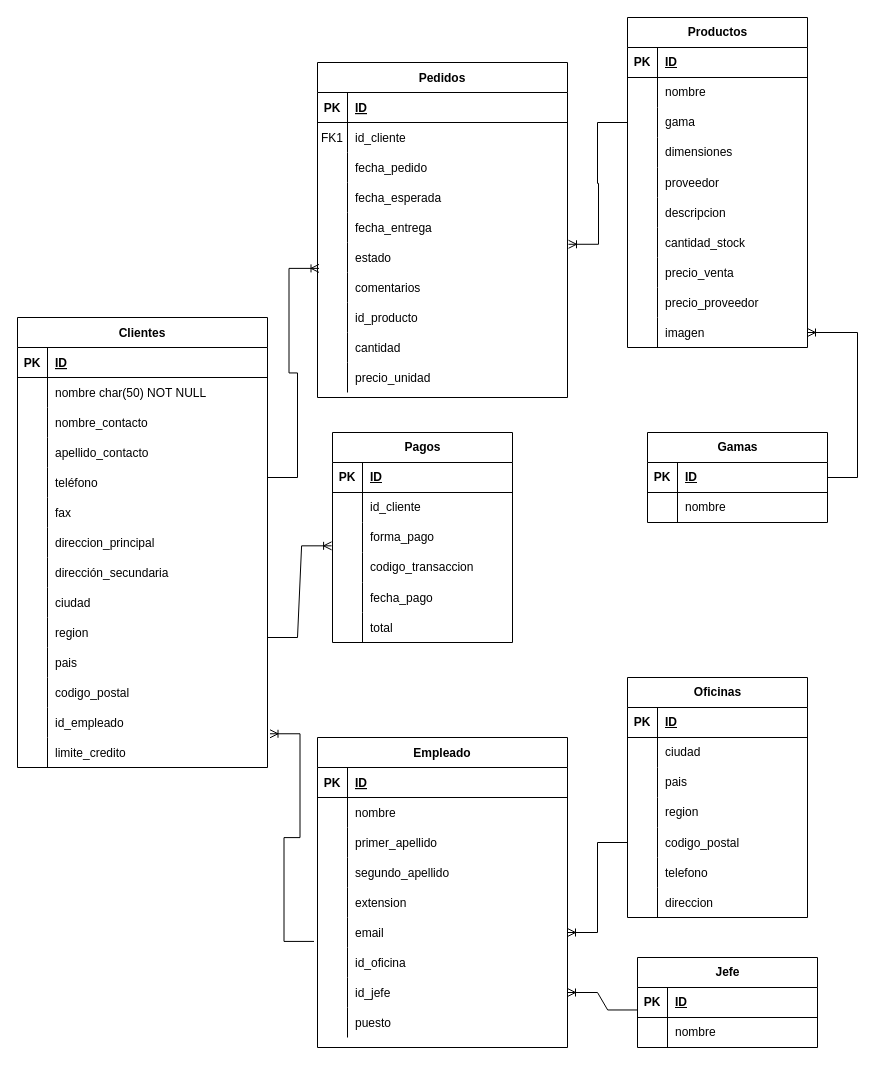
WhitneySt/workshop-jardineria-makaia keeps this draw.io diagram as workshop-base-datos.drawio. Above is the earlier version. Source tidied: cells renumbered, new cells numbered last; positions are measured from the earlier drawing's top-left corner, leaving out a move shared by most shapes. Both pictures are drawn from the tidied source at 100%, with x=0, y=0 at pixel (17, 17).
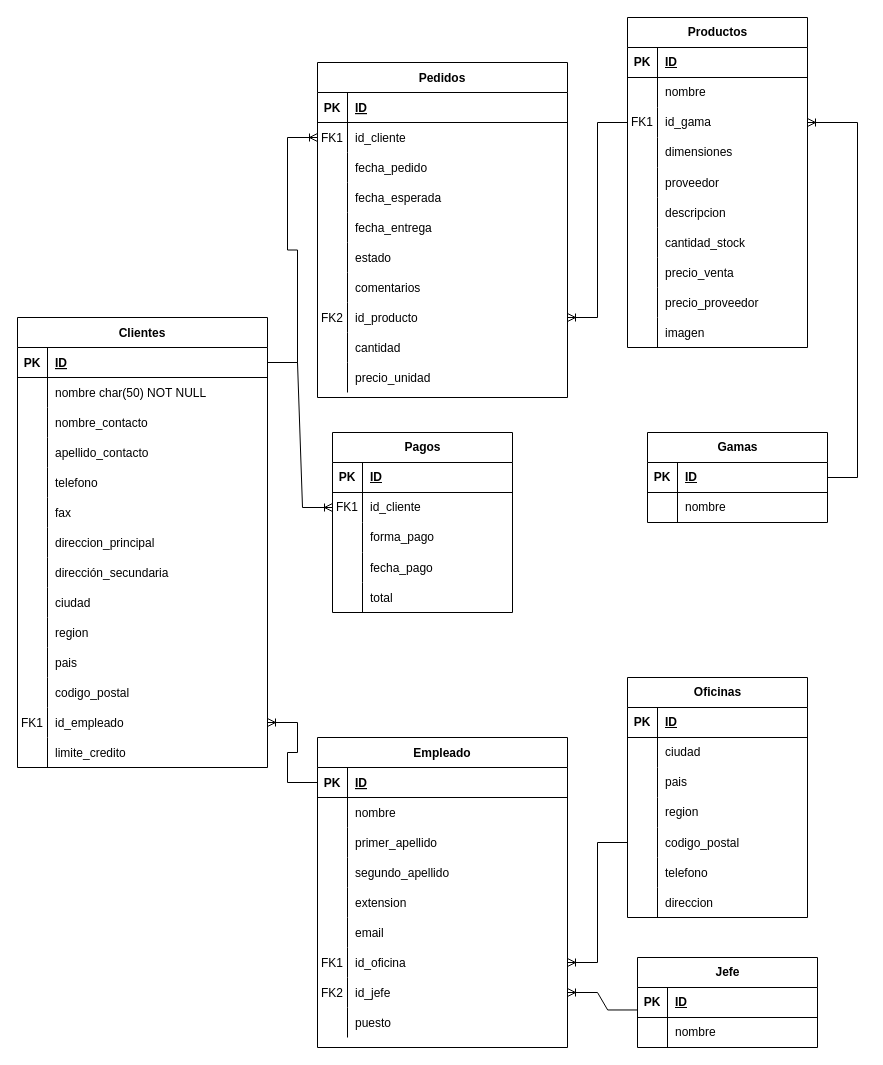
The same diagram, later.

The change refers to these unchanged cells:
```xml
<mxCell id="6" style="shape=partialRectangle;fillColor=none;points=[[0,0.5],[1,0.5]];portConstraint=eastwest;top=0;left=0;right=0;bottom=0;" parent="2" vertex="1">
  <mxGeometry y="60" width="250" height="30" as="geometry" />
</mxCell>
<mxCell id="18" style="shape=tableRow;horizontal=0;startSize=0;swimlaneHead=0;swimlaneBody=0;fillColor=none;points=[[0,0.5],[1,0.5]];portConstraint=eastwest;top=0;left=0;right=0;bottom=0;" parent="2" vertex="1">
  <mxGeometry y="180" width="250" height="30" as="geometry" />
</mxCell>
<mxCell id="24" style="shape=tableRow;horizontal=0;startSize=0;swimlaneHead=0;swimlaneBody=0;fillColor=none;points=[[0,0.5],[1,0.5]];portConstraint=eastwest;top=0;left=0;right=0;bottom=0;" parent="2" vertex="1">
  <mxGeometry y="240" width="250" height="30" as="geometry" />
</mxCell>
<mxCell id="34" style="shape=partialRectangle;fillColor=none;points=[[0,0.5],[1,0.5]];portConstraint=eastwest;top=0;left=0;right=0;bottom=1;" parent="33" vertex="1">
  <mxGeometry y="30" width="250" height="30" as="geometry" />
</mxCell>
<mxCell id="49" style="shape=tableRow;horizontal=0;startSize=0;swimlaneHead=0;swimlaneBody=0;fillColor=none;points=[[0,0.5],[1,0.5]];portConstraint=eastwest;top=0;left=0;right=0;bottom=0;" parent="33" vertex="1">
  <mxGeometry y="180" width="250" height="30" as="geometry" />
</mxCell>
<mxCell id="52" style="shape=tableRow;horizontal=0;startSize=0;swimlaneHead=0;swimlaneBody=0;fillColor=none;points=[[0,0.5],[1,0.5]];portConstraint=eastwest;top=0;left=0;right=0;bottom=0;" parent="33" vertex="1">
  <mxGeometry y="210" width="250" height="30" as="geometry" />
</mxCell>
<mxCell id="55" style="shape=tableRow;horizontal=0;startSize=0;swimlaneHead=0;swimlaneBody=0;fillColor=none;points=[[0,0.5],[1,0.5]];portConstraint=eastwest;top=0;left=0;right=0;bottom=0;" parent="33" vertex="1">
  <mxGeometry y="240" width="250" height="30" as="geometry" />
</mxCell>
<mxCell id="62" style="shape=partialRectangle;fillColor=none;points=[[0,0.5],[1,0.5]];portConstraint=eastwest;top=0;left=0;right=0;bottom=1;" parent="61" vertex="1">
  <mxGeometry y="30" width="250" height="30" as="geometry" />
</mxCell>
<mxCell id="74" style="shape=tableRow;horizontal=0;startSize=0;swimlaneHead=0;swimlaneBody=0;fillColor=none;top=0;left=0;right=0;bottom=0;" parent="61" vertex="1">
  <mxGeometry y="150" width="250" height="30" as="geometry" />
</mxCell>
<mxCell id="98" style="shape=tableRow;horizontal=0;startSize=0;swimlaneHead=0;swimlaneBody=0;fillColor=none;points=[[0,0.5],[1,0.5]];portConstraint=eastwest;top=0;left=0;right=0;bottom=0;" parent="61" vertex="1">
  <mxGeometry y="390" width="250" height="30" as="geometry" />
</mxCell>
<mxCell id="117" style="shape=tableRow;horizontal=0;startSize=0;swimlaneHead=0;swimlaneBody=0;fillColor=none;points=[[0,0.5],[1,0.5]];portConstraint=eastwest;top=0;left=0;right=0;bottom=0;" parent="104" vertex="1">
  <mxGeometry y="150" width="180" height="30" as="geometry" />
</mxCell>
<mxCell id="140" style="shape=tableRow;horizontal=0;startSize=0;swimlaneHead=0;swimlaneBody=0;fillColor=none;points=[[0,0.5],[1,0.5]];portConstraint=eastwest;top=0;left=0;right=0;bottom=0;" parent="133" vertex="1">
  <mxGeometry y="90" width="180" height="30" as="geometry" />
</mxCell>
<mxCell id="161" style="shape=tableRow;horizontal=0;startSize=0;swimlaneHead=0;swimlaneBody=0;fillColor=none;points=[[0,0.5],[1,0.5]];portConstraint=eastwest;top=0;left=0;right=0;bottom=0;" parent="133" vertex="1">
  <mxGeometry y="300" width="180" height="30" as="geometry" />
</mxCell>
<mxCell id="175" style="shape=tableRow;horizontal=0;startSize=0;swimlaneHead=0;swimlaneBody=0;fillColor=none;points=[[0,0.5],[1,0.5]];portConstraint=eastwest;top=0;left=0;right=0;bottom=0;" parent="171" vertex="1">
  <mxGeometry y="60" width="180" height="30" as="geometry" />
</mxCell>
<mxCell id="178" style="shape=tableRow;horizontal=0;startSize=0;swimlaneHead=0;swimlaneBody=0;fillColor=none;points=[[0,0.5],[1,0.5]];portConstraint=eastwest;top=0;left=0;right=0;bottom=0;" parent="171" vertex="1">
  <mxGeometry y="90" width="180" height="30" as="geometry" />
</mxCell>
```

The edit, as a diff of the source:
```diff
@@
-    <mxCell id="25" style="shape=partialRectangle;fillColor=none;top=0;left=0;bottom=0;right=0;overflow=hidden;" parent="24" vertex="1">
+    <mxCell id="25" value="FK2" style="shape=partialRectangle;fillColor=none;top=0;left=0;bottom=0;right=0;overflow=hidden;" parent="24" vertex="1">
       <mxGeometry width="30" height="30" as="geometry" />
     </mxCell>
@@
-    <mxCell id="53" style="shape=partialRectangle;fillColor=none;top=0;left=0;bottom=0;right=0;overflow=hidden;" parent="52" vertex="1">
+    <mxCell id="53" value="FK1" style="shape=partialRectangle;fillColor=none;top=0;left=0;bottom=0;right=0;overflow=hidden;" parent="52" vertex="1">
       <mxGeometry width="30" height="30" as="geometry" />
     </mxCell>
@@
-    <mxCell id="56" style="shape=partialRectangle;fillColor=none;top=0;left=0;bottom=0;right=0;overflow=hidden;" parent="55" vertex="1">
+    <mxCell id="56" value="FK2" style="shape=partialRectangle;fillColor=none;top=0;left=0;bottom=0;right=0;overflow=hidden;" parent="55" vertex="1">
       <mxGeometry width="30" height="30" as="geometry" />
     </mxCell>
@@
-    <mxCell id="76" value="teléfono" style="shape=partialRectangle;fillColor=none;top=0;left=0;bottom=0;right=0;align=left;spacingLeft=6;overflow=hidden;" parent="74" vertex="1">
+    <mxCell id="76" value="telefono" style="shape=partialRectangle;fillColor=none;top=0;left=0;bottom=0;right=0;align=left;spacingLeft=6;overflow=hidden;" parent="74" vertex="1">
       <mxGeometry x="30" width="220" height="30" as="geometry" />
     </mxCell>
@@
-    <mxCell id="99" style="shape=partialRectangle;fillColor=none;top=0;left=0;bottom=0;right=0;overflow=hidden;" parent="98" vertex="1">
+    <mxCell id="99" value="FK1" style="shape=partialRectangle;fillColor=none;top=0;left=0;bottom=0;right=0;overflow=hidden;" parent="98" vertex="1">
       <mxGeometry width="30" height="30" as="geometry" />
     </mxCell>
@@
-    <mxCell id="141" style="shape=partialRectangle;fillColor=none;top=0;left=0;bottom=0;right=0;overflow=hidden;whiteSpace=wrap;html=1;" parent="140" vertex="1">
+    <mxCell id="141" value="FK1" style="shape=partialRectangle;fillColor=none;top=0;left=0;bottom=0;right=0;overflow=hidden;whiteSpace=wrap;html=1;" parent="140" vertex="1">
       <mxGeometry width="30" height="30" as="geometry" />
     </mxCell>
-    <mxCell id="142" value="gama" style="shape=partialRectangle;fillColor=none;top=0;left=0;bottom=0;right=0;align=left;spacingLeft=6;overflow=hidden;whiteSpace=wrap;html=1;" parent="140" vertex="1">
+    <mxCell id="142" value="id_gama" style="shape=partialRectangle;fillColor=none;top=0;left=0;bottom=0;right=0;align=left;spacingLeft=6;overflow=hidden;whiteSpace=wrap;html=1;" parent="140" vertex="1">
       <mxGeometry x="30" width="150" height="30" as="geometry" />
     </mxCell>
@@
     <mxCell id="171" value="Pagos" style="shape=table;startSize=30;childLayout=tableLayout;rowLines=0;fontStyle=1;align=center;html=1;" parent="1" vertex="1">
-      <mxGeometry x="315" y="415" width="180" height="210" as="geometry" />
+      <mxGeometry x="315" y="415" width="180" height="180" as="geometry" />
     </mxCell>
@@
-    <mxCell id="176" style="shape=partialRectangle;fillColor=none;top=0;left=0;bottom=0;right=0;overflow=hidden;whiteSpace=wrap;html=1;" parent="175" vertex="1">
+    <mxCell id="176" value="FK1" style="shape=partialRectangle;fillColor=none;top=0;left=0;bottom=0;right=0;overflow=hidden;whiteSpace=wrap;html=1;" parent="175" vertex="1">
       <mxGeometry width="30" height="30" as="geometry" />
     </mxCell>
@@
-    <mxCell id="181" style="shape=tableRow;horizontal=0;startSize=0;swimlaneHead=0;swimlaneBody=0;fillColor=none;top=0;left=0;right=0;bottom=0;" parent="171" vertex="1">
-      <mxGeometry y="120" width="180" height="30" as="geometry" />
-    </mxCell>
-    <mxCell id="182" style="shape=partialRectangle;fillColor=none;top=0;left=0;bottom=0;right=0;overflow=hidden;whiteSpace=wrap;html=1;" parent="181" vertex="1">
-      <mxGeometry width="30" height="30" as="geometry" />
-    </mxCell>
-    <mxCell id="183" value="codigo_transaccion" style="shape=partialRectangle;fillColor=none;top=0;left=0;bottom=0;right=0;align=left;spacingLeft=6;overflow=hidden;whiteSpace=wrap;html=1;" parent="181" vertex="1">
-      <mxGeometry x="30" width="150" height="30" as="geometry" />
-    </mxCell>
     <mxCell id="184" style="shape=tableRow;horizontal=0;startSize=0;swimlaneHead=0;swimlaneBody=0;fillColor=none;top=0;left=0;right=0;bottom=0;" parent="171" vertex="1">
-      <mxGeometry y="150" width="180" height="30" as="geometry" />
+      <mxGeometry y="120" width="180" height="30" as="geometry" />
     </mxCell>
@@
     <mxCell id="187" style="shape=tableRow;horizontal=0;startSize=0;swimlaneHead=0;swimlaneBody=0;fillColor=none;top=0;left=0;right=0;bottom=0;" parent="171" vertex="1">
-      <mxGeometry y="180" width="180" height="30" as="geometry" />
+      <mxGeometry y="150" width="180" height="30" as="geometry" />
     </mxCell>
@@
-    <mxCell id="190" style="edgeStyle=entityRelationEdgeStyle;fontSize=12;html=1;endArrow=ERoneToMany;rounded=0;entryX=0.006;entryY=0.863;entryDx=0;entryDy=0;entryPerimeter=0;" parent="1" edge="1" target="18">
-      <mxGeometry relative="1" as="geometry">
-        <mxPoint x="250" y="460" as="sourcePoint" />
-      </mxGeometry>
+    <mxCell id="190" style="edgeStyle=entityRelationEdgeStyle;fontSize=12;html=1;endArrow=ERoneToMany;rounded=0;entryX=0;entryY=0.5;entryDx=0;entryDy=0;exitX=1;exitY=0.5;exitDx=0;exitDy=0;" parent="1" edge="1" source="62" target="6">
+      <mxGeometry relative="1" as="geometry" />
     </mxCell>
-    <mxCell id="191" style="edgeStyle=entityRelationEdgeStyle;fontSize=12;html=1;endArrow=ERoneToMany;rounded=0;entryX=-0.005;entryY=0.778;entryDx=0;entryDy=0;entryPerimeter=0;" parent="1" edge="1" target="178">
-      <mxGeometry relative="1" as="geometry">
-        <mxPoint x="250" y="620" as="sourcePoint" />
-      </mxGeometry>
+    <mxCell id="191" style="edgeStyle=entityRelationEdgeStyle;fontSize=12;html=1;endArrow=ERoneToMany;rounded=0;entryX=0;entryY=0.5;entryDx=0;entryDy=0;exitX=1;exitY=0.5;exitDx=0;exitDy=0;" parent="1" edge="1" source="62" target="175">
+      <mxGeometry relative="1" as="geometry" />
     </mxCell>
-    <mxCell id="192" style="edgeStyle=entityRelationEdgeStyle;fontSize=12;html=1;endArrow=ERoneToMany;rounded=0;exitX=0;exitY=0.5;exitDx=0;exitDy=0;entryX=1;entryY=0.5;entryDx=0;entryDy=0;" parent="1" edge="1" source="117" target="49">
+    <mxCell id="192" style="edgeStyle=entityRelationEdgeStyle;fontSize=12;html=1;endArrow=ERoneToMany;rounded=0;exitX=0;exitY=0.5;exitDx=0;exitDy=0;entryX=1;entryY=0.5;entryDx=0;entryDy=0;" parent="1" edge="1" source="117" target="52">
       <mxGeometry relative="1" as="geometry">
         <Array as="points">
           <mxPoint x="609" y="840" />
         </Array>
       </mxGeometry>
     </mxCell>
@@
-    <mxCell id="194" style="edgeStyle=entityRelationEdgeStyle;fontSize=12;html=1;endArrow=ERoneToMany;rounded=0;" parent="1" edge="1" target="161">
+    <mxCell id="194" style="edgeStyle=entityRelationEdgeStyle;fontSize=12;html=1;endArrow=ERoneToMany;rounded=0;" parent="1" edge="1" target="140">
       <mxGeometry relative="1" as="geometry">
         <mxPoint x="810" y="460" as="sourcePoint" />
         <Array as="points">
           <mxPoint x="700" y="350" />
           <mxPoint x="830" y="420" />
         </Array>
       </mxGeometry>
     </mxCell>
-    <mxCell id="195" style="edgeStyle=entityRelationEdgeStyle;fontSize=12;html=1;endArrow=ERoneToMany;rounded=0;entryX=1.01;entryY=0.876;entryDx=0;entryDy=0;entryPerimeter=0;exitX=-0.014;exitY=0.797;exitDx=0;exitDy=0;exitPerimeter=0;" parent="1" edge="1" source="49" target="98">
+    <mxCell id="195" style="edgeStyle=entityRelationEdgeStyle;fontSize=12;html=1;endArrow=ERoneToMany;rounded=0;entryX=1;entryY=0.5;entryDx=0;entryDy=0;exitX=0;exitY=0.5;exitDx=0;exitDy=0;" parent="1" edge="1" source="34" target="98">
       <mxGeometry relative="1" as="geometry" />
     </mxCell>
-    <mxCell id="196" style="edgeStyle=entityRelationEdgeStyle;fontSize=12;html=1;endArrow=ERoneToMany;rounded=0;exitX=0;exitY=0.5;exitDx=0;exitDy=0;entryX=1.004;entryY=0.059;entryDx=0;entryDy=0;entryPerimeter=0;" parent="1" edge="1" source="140" target="18">
+    <mxCell id="196" style="edgeStyle=entityRelationEdgeStyle;fontSize=12;html=1;endArrow=ERoneToMany;rounded=0;exitX=0;exitY=0.5;exitDx=0;exitDy=0;entryX=1;entryY=0.5;entryDx=0;entryDy=0;" parent="1" edge="1" source="140" target="24">
       <mxGeometry relative="1" as="geometry" />
     </mxCell>
```
